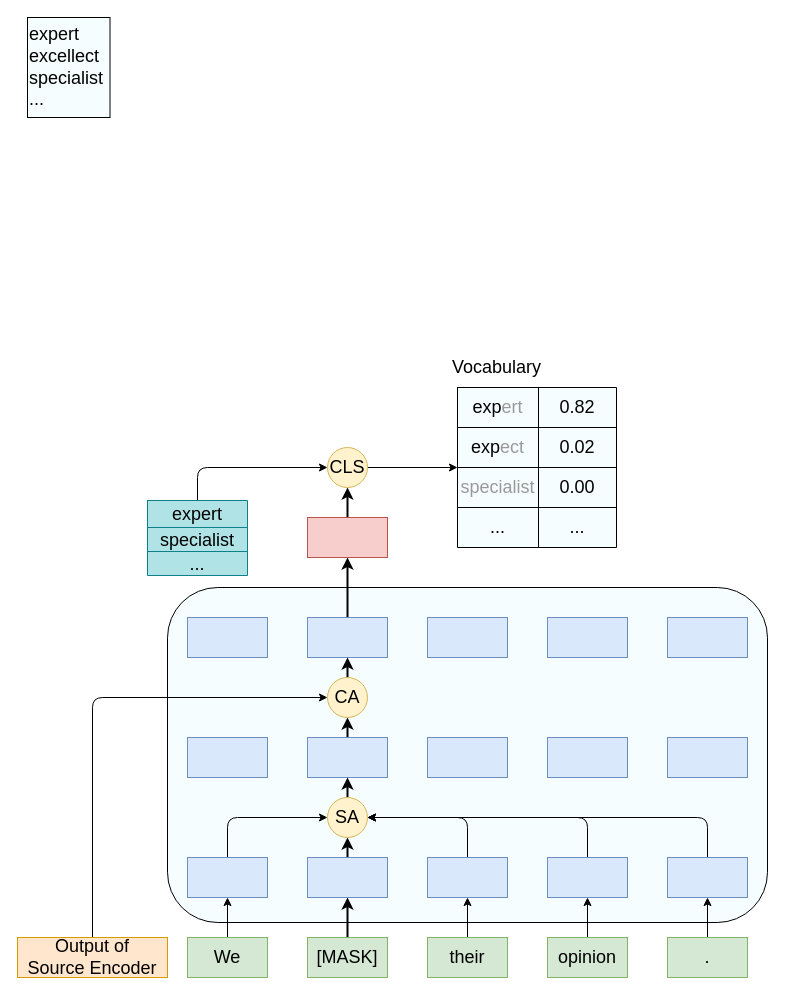
Earlier version of the draw.io diagram 未命名绘图.drawio (yc1999/electra_pytorch). Source tidied: cells renumbered, new cells numbered last; positions are measured from the earlier drawing's top-left corner, leaving out a move shared by most shapes. Both pictures are drawn from the tidied source at 100%, with x=0, y=0 at pixel (17, 17).
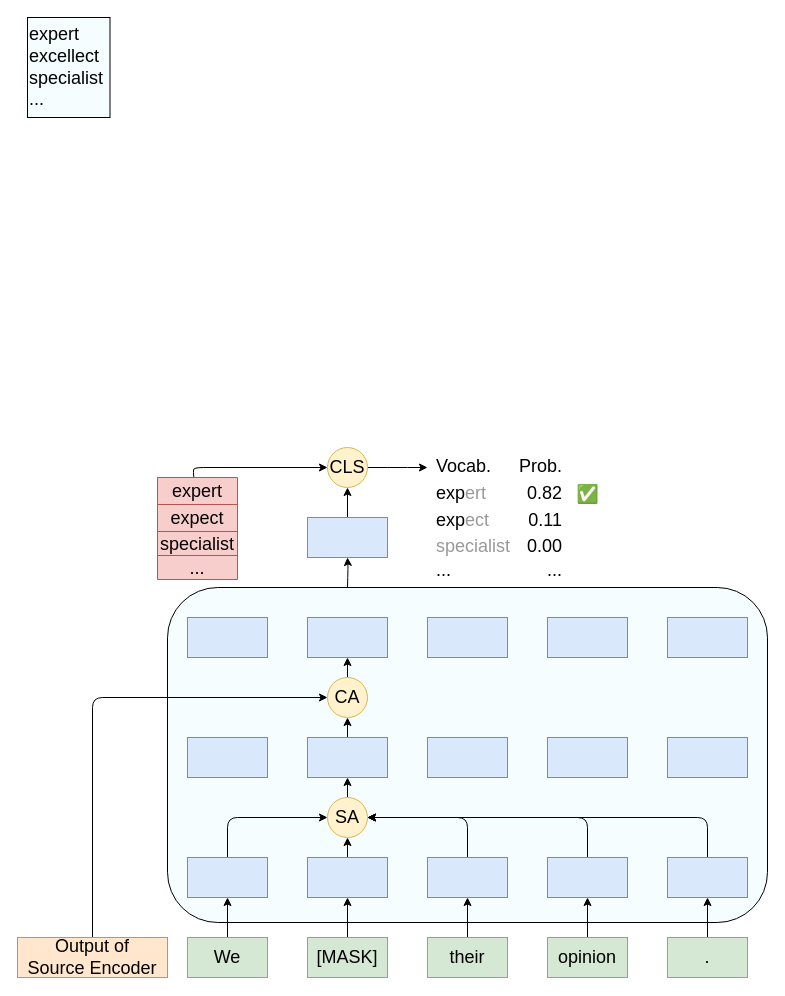
After the change.

Commit message:
更新未命名绘图.drawio

The change refers to these unchanged cells:
```xml
<mxCell id="6" value="&lt;span style=&quot;font-size: 18px;&quot;&gt;[MASK]&lt;/span&gt;" style="rounded=0;whiteSpace=wrap;html=1;fillColor=#d5e8d4;strokeColor=#82b366;" parent="1" vertex="1">
  <mxGeometry x="290" y="920" width="80" height="40" as="geometry" />
</mxCell>
<mxCell id="16" style="rounded=0;whiteSpace=wrap;html=1;fontSize=18;fillColor=#dae8fc;strokeColor=#6c8ebf;" parent="1" vertex="1">
  <mxGeometry x="290" y="840" width="80" height="40" as="geometry" />
</mxCell>
<mxCell id="25" style="rounded=0;whiteSpace=wrap;html=1;fontSize=18;fillColor=#dae8fc;strokeColor=#6c8ebf;" parent="1" vertex="1">
  <mxGeometry x="290" y="720" width="80" height="40" as="geometry" />
</mxCell>
<mxCell id="30" value="SA" style="ellipse;whiteSpace=wrap;html=1;fontSize=18;fillColor=#fff2cc;strokeColor=#d6b656;" parent="1" vertex="1">
  <mxGeometry x="310" y="780" width="40" height="40" as="geometry" />
</mxCell>
<mxCell id="33" style="rounded=0;whiteSpace=wrap;html=1;fontSize=18;fillColor=#dae8fc;strokeColor=#6c8ebf;" parent="1" vertex="1">
  <mxGeometry x="290" y="600" width="80" height="40" as="geometry" />
</mxCell>
<mxCell id="38" value="CA" style="ellipse;whiteSpace=wrap;html=1;fontSize=18;fillColor=#fff2cc;strokeColor=#d6b656;" parent="1" vertex="1">
  <mxGeometry x="310" y="660" width="40" height="40" as="geometry" />
</mxCell>
<mxCell id="52" value="CLS" style="ellipse;whiteSpace=wrap;html=1;fontSize=18;fillColor=#fff2cc;strokeColor=#d6b656;" parent="1" vertex="1">
  <mxGeometry x="310" y="430" width="40" height="40" as="geometry" />
</mxCell>
```

Change to the diagram source:
```diff
@@
-    <mxCell id="2" style="rounded=1;whiteSpace=wrap;html=1;fontSize=18;fillColor=#F5fdFF;strokeColor=#000000;fontColor=#333333;strokeWidth=1;fillStyle=auto;" parent="1" vertex="1">
+    <mxCell id="2" style="rounded=1;whiteSpace=wrap;html=1;fontSize=18;fillColor=#F5FDFF;strokeColor=#000000;fontColor=#333333;strokeWidth=1;fillStyle=auto;" parent="1" vertex="1">
       <mxGeometry x="150" y="570" width="600" height="335" as="geometry" />
     </mxCell>
@@
-    <mxCell id="5" style="edgeStyle=orthogonalEdgeStyle;rounded=1;jettySize=auto;html=1;fontSize=18;strokeWidth=2;" parent="1" edge="1" source="6" target="16">
+    <mxCell id="5" style="edgeStyle=orthogonalEdgeStyle;rounded=1;jettySize=auto;html=1;fontSize=18;strokeWidth=1;" parent="1" edge="1" source="6" target="16">
       <mxGeometry relative="1" as="geometry" />
     </mxCell>
@@
-    <mxCell id="15" style="edgeStyle=orthogonalEdgeStyle;rounded=1;jettySize=auto;html=1;exitX=0.5;exitY=0;exitDx=0;exitDy=0;entryX=0.5;entryY=1;entryDx=0;entryDy=0;fontSize=18;strokeWidth=2;" parent="1" edge="1" source="16" target="30">
+    <mxCell id="15" style="edgeStyle=orthogonalEdgeStyle;rounded=1;jettySize=auto;html=1;exitX=0.5;exitY=0;exitDx=0;exitDy=0;entryX=0.5;entryY=1;entryDx=0;entryDy=0;fontSize=18;strokeWidth=1;" parent="1" edge="1" source="16" target="30">
       <mxGeometry relative="1" as="geometry" />
     </mxCell>
@@
-    <mxCell id="24" style="edgeStyle=orthogonalEdgeStyle;rounded=1;jettySize=auto;html=1;exitX=0.5;exitY=0;exitDx=0;exitDy=0;fontSize=18;strokeWidth=2;" parent="1" edge="1" source="25" target="38">
+    <mxCell id="24" style="edgeStyle=orthogonalEdgeStyle;rounded=1;jettySize=auto;html=1;exitX=0.5;exitY=0;exitDx=0;exitDy=0;fontSize=18;strokeWidth=1;" parent="1" edge="1" source="25" target="38">
       <mxGeometry relative="1" as="geometry" />
     </mxCell>
@@
-    <mxCell id="29" style="edgeStyle=orthogonalEdgeStyle;rounded=1;jettySize=auto;html=1;exitX=0.5;exitY=0;exitDx=0;exitDy=0;entryX=0.5;entryY=1;entryDx=0;entryDy=0;fontSize=18;strokeWidth=2;" parent="1" edge="1" source="30" target="25">
+    <mxCell id="29" style="edgeStyle=orthogonalEdgeStyle;rounded=1;jettySize=auto;html=1;exitX=0.5;exitY=0;exitDx=0;exitDy=0;entryX=0.5;entryY=1;entryDx=0;entryDy=0;fontSize=18;strokeWidth=1;" parent="1" edge="1" source="30" target="25">
       <mxGeometry relative="1" as="geometry" />
     </mxCell>
@@
-    <mxCell id="32" style="edgeStyle=orthogonalEdgeStyle;rounded=1;jettySize=auto;html=1;exitX=0.5;exitY=0;exitDx=0;exitDy=0;fontSize=18;strokeWidth=2;" parent="1" edge="1" source="33" target="42">
-      <mxGeometry relative="1" as="geometry" />
+    <mxCell id="32" style="edgeStyle=orthogonalEdgeStyle;rounded=1;jettySize=auto;html=1;fontSize=18;strokeWidth=1;" parent="1" edge="1" target="42">
+      <mxGeometry relative="1" as="geometry">
+        <mxPoint x="330" y="570" as="sourcePoint" />
+      </mxGeometry>
     </mxCell>
@@
-    <mxCell id="37" style="edgeStyle=orthogonalEdgeStyle;rounded=1;jettySize=auto;html=1;fontSize=18;strokeWidth=2;" parent="1" edge="1" source="38" target="33">
+    <mxCell id="37" style="edgeStyle=orthogonalEdgeStyle;rounded=1;jettySize=auto;html=1;fontSize=18;strokeWidth=1;" parent="1" edge="1" source="38" target="33">
       <mxGeometry relative="1" as="geometry" />
     </mxCell>
@@
-    <mxCell id="41" style="edgeStyle=orthogonalEdgeStyle;rounded=1;jettySize=auto;html=1;exitX=0.5;exitY=0;exitDx=0;exitDy=0;entryX=0.5;entryY=1;entryDx=0;entryDy=0;strokeWidth=2;fontSize=18;" parent="1" edge="1" source="42" target="52">
+    <mxCell id="41" style="edgeStyle=orthogonalEdgeStyle;rounded=1;jettySize=auto;html=1;exitX=0.5;exitY=0;exitDx=0;exitDy=0;entryX=0.5;entryY=1;entryDx=0;entryDy=0;strokeWidth=1;fontSize=18;" parent="1" edge="1" source="42" target="52">
       <mxGeometry relative="1" as="geometry" />
     </mxCell>
-    <mxCell id="42" style="rounded=0;whiteSpace=wrap;html=1;fontSize=18;fillColor=#f8cecc;strokeColor=#b85450;" parent="1" vertex="1">
+    <mxCell id="42" style="rounded=0;whiteSpace=wrap;html=1;fontSize=18;fillColor=#dae8fc;strokeColor=#6c8ebf;" parent="1" vertex="1">
       <mxGeometry x="290" y="500" width="80" height="40" as="geometry" />
     </mxCell>
-    <mxCell id="43" style="edgeStyle=orthogonalEdgeStyle;rounded=1;jettySize=auto;html=1;entryX=0;entryY=0.5;entryDx=0;entryDy=0;strokeWidth=1;fontSize=18;fontColor=#999999;exitX=0.5;exitY=0;exitDx=0;exitDy=0;" parent="1" edge="1" source="44" target="52">
-      <mxGeometry relative="1" as="geometry" />
-    </mxCell>
+    <mxCell id="68" style="edgeStyle=orthogonalEdgeStyle;rounded=1;jettySize=auto;html=1;entryX=0;entryY=0.5;entryDx=0;entryDy=0;strokeWidth=1;fontSize=18;fontColor=#999999;exitX=0.463;exitY=-0.005;exitDx=0;exitDy=0;exitPerimeter=0;" parent="1" edge="1" source="45" target="52">
+      <mxGeometry relative="1" as="geometry">
+        <Array as="points">
+          <mxPoint x="176" y="450" />
+        </Array>
+      </mxGeometry>
+    </mxCell>
-    <mxCell id="44" style="shape=table;startSize=0;childLayout=tableLayout;rounded=0;fillStyle=auto;strokeColor=#0e8088;strokeWidth=1;fontSize=18;fillColor=#b0e3e6;" parent="1" vertex="1">
-      <mxGeometry x="130" y="483" width="100" height="75" as="geometry" />
+    <mxCell id="44" style="shape=table;startSize=0;childLayout=tableLayout;rounded=0;fillStyle=auto;strokeColor=#b85450;strokeWidth=1;fontSize=18;fillColor=#f8cecc;" parent="1" vertex="1">
+      <mxGeometry x="140" y="460" width="80" height="102" as="geometry" />
     </mxCell>
     <mxCell id="45" style="shape=tableRow;horizontal=0;startSize=0;swimlaneHead=0;swimlaneBody=0;top=0;left=0;bottom=0;right=0;fillColor=none;points=[[0,0.5],[1,0.5]];portConstraint=eastwest;rounded=0;fillStyle=auto;strokeColor=#000000;strokeWidth=1;fontSize=18;" parent="44" vertex="1">
-      <mxGeometry width="100" height="27" as="geometry" />
+      <mxGeometry width="80" height="27" as="geometry" />
     </mxCell>
     <mxCell id="46" value="expert" style="shape=partialRectangle;html=1;whiteSpace=wrap;overflow=hidden;fillColor=none;top=0;left=0;bottom=0;right=0;rounded=0;fillStyle=auto;strokeColor=#000000;strokeWidth=1;fontSize=18;" parent="45" vertex="1">
-      <mxGeometry width="100" height="27" as="geometry" />
+      <mxGeometry width="80" height="27" as="geometry" />
     </mxCell>
+    <mxCell id="69" style="shape=tableRow;horizontal=0;startSize=0;swimlaneHead=0;swimlaneBody=0;top=0;left=0;bottom=0;right=0;fillColor=none;rounded=0;fillStyle=auto;strokeColor=#000000;strokeWidth=1;fontSize=18;" parent="44" vertex="1">
+      <mxGeometry y="27" width="80" height="27" as="geometry" />
+    </mxCell>
+    <mxCell id="70" value="expect" style="shape=partialRectangle;html=1;whiteSpace=wrap;overflow=hidden;fillColor=none;top=0;left=0;bottom=0;right=0;rounded=0;fillStyle=auto;strokeColor=#000000;strokeWidth=1;fontSize=18;" parent="69" vertex="1">
+      <mxGeometry width="80" height="27" as="geometry" />
+    </mxCell>
     <mxCell id="47" style="shape=tableRow;horizontal=0;startSize=0;swimlaneHead=0;swimlaneBody=0;top=0;left=0;bottom=0;right=0;fillColor=none;rounded=0;fillStyle=auto;strokeColor=#000000;strokeWidth=1;fontSize=18;" parent="44" vertex="1">
-      <mxGeometry y="27" width="100" height="24" as="geometry" />
+      <mxGeometry y="54" width="80" height="24" as="geometry" />
     </mxCell>
     <mxCell id="48" value="specialist" style="shape=partialRectangle;html=1;whiteSpace=wrap;overflow=hidden;fillColor=none;top=0;left=0;bottom=0;right=0;rounded=0;fillStyle=auto;strokeColor=#000000;strokeWidth=1;fontSize=18;" parent="47" vertex="1">
-      <mxGeometry width="100" height="24" as="geometry" />
+      <mxGeometry width="80" height="24" as="geometry" />
     </mxCell>
     <mxCell id="49" style="shape=tableRow;horizontal=0;startSize=0;swimlaneHead=0;swimlaneBody=0;top=0;left=0;bottom=0;right=0;fillColor=none;rounded=0;fillStyle=auto;strokeColor=#000000;strokeWidth=1;fontSize=18;" parent="44" vertex="1">
-      <mxGeometry y="51" width="100" height="24" as="geometry" />
+      <mxGeometry y="78" width="80" height="24" as="geometry" />
     </mxCell>
     <mxCell id="50" value="..." style="shape=partialRectangle;html=1;whiteSpace=wrap;overflow=hidden;fillColor=none;top=0;left=0;bottom=0;right=0;rounded=0;fillStyle=auto;strokeColor=#000000;strokeWidth=1;fontSize=18;" parent="49" vertex="1">
-      <mxGeometry width="100" height="24" as="geometry" />
+      <mxGeometry width="80" height="24" as="geometry" />
     </mxCell>
-    <mxCell id="51" style="edgeStyle=orthogonalEdgeStyle;rounded=1;jettySize=auto;html=1;entryX=0;entryY=0.5;entryDx=0;entryDy=0;strokeWidth=1;fontSize=18;fontColor=#999999;" parent="1" edge="1" source="52" target="55">
-      <mxGeometry relative="1" as="geometry" />
-    </mxCell>
+    <mxCell id="71" style="edgeStyle=orthogonalEdgeStyle;rounded=1;jettySize=auto;html=1;strokeWidth=1;fontSize=18;fontColor=#999999;" parent="1" edge="1" source="52">
+      <mxGeometry relative="1" as="geometry">
+        <mxPoint x="410" y="450" as="targetPoint" />
+      </mxGeometry>
+    </mxCell>
@@
-    <mxCell id="54" value="Vocabulary" style="text;html=1;align=center;verticalAlign=middle;strokeColor=none;fillColor=none;fontSize=18;rotation=0;" parent="1" vertex="1">
-      <mxGeometry x="424" y="330" width="110" height="40" as="geometry" />
-    </mxCell>
-    <mxCell id="55" style="shape=table;html=1;whiteSpace=wrap;startSize=0;childLayout=tableLayout;rounded=0;fillStyle=auto;strokeColor=#000000;strokeWidth=1;fontSize=18;fillColor=#F5fdFF;" parent="1" vertex="1">
-      <mxGeometry x="440" y="370" width="159" height="160" as="geometry" />
-    </mxCell>
-    <mxCell id="56" style="shape=tableRow;horizontal=0;startSize=0;swimlaneHead=0;swimlaneBody=0;top=0;left=0;bottom=0;right=0;fillColor=none;rounded=0;fillStyle=auto;strokeColor=#000000;strokeWidth=1;fontSize=18;" parent="55" vertex="1">
-      <mxGeometry width="159" height="40" as="geometry" />
-    </mxCell>
+    <mxCell id="72" value="✅" style="text;html=1;align=center;verticalAlign=middle;strokeColor=none;fillColor=none;fontSize=18;fontColor=#999999;" parent="1" vertex="1">
+      <mxGeometry x="550" y="457" width="40" height="40" as="geometry" />
+    </mxCell>
+    <mxCell id="73" style="shape=table;startSize=0;childLayout=tableLayout;rounded=0;fillStyle=auto;strokeWidth=0;fontSize=18;fillColor=#FFFFFF;strokeColor=none;" parent="1" vertex="1">
+      <mxGeometry x="417" y="435" width="130" height="129" as="geometry" />
+    </mxCell>
+    <mxCell id="74" style="shape=tableRow;horizontal=0;startSize=0;swimlaneHead=0;swimlaneBody=0;top=0;left=0;bottom=0;right=0;fillColor=none;rounded=0;fillStyle=auto;strokeColor=#000000;strokeWidth=1;fontSize=18;" parent="73" vertex="1">
+      <mxGeometry width="130" height="27" as="geometry" />
+    </mxCell>
+    <mxCell id="75" value="Vocab." style="shape=partialRectangle;html=1;whiteSpace=wrap;overflow=hidden;fillColor=none;top=0;left=0;bottom=0;right=0;rounded=0;fillStyle=auto;strokeColor=#000000;strokeWidth=1;fontSize=18;align=left;" parent="74" vertex="1">
+      <mxGeometry width="80" height="27" as="geometry" />
+    </mxCell>
+    <mxCell id="76" value="Prob." style="shape=partialRectangle;html=1;whiteSpace=wrap;overflow=hidden;fillColor=none;top=0;left=0;bottom=0;right=0;rounded=0;fillStyle=auto;strokeColor=#000000;strokeWidth=1;fontSize=18;align=right;" parent="74" vertex="1">
+      <mxGeometry x="80" width="50" height="27" as="geometry" />
+    </mxCell>
+    <mxCell id="77" style="shape=tableRow;horizontal=0;startSize=0;swimlaneHead=0;swimlaneBody=0;top=0;left=0;bottom=0;right=0;fillColor=none;rounded=0;fillStyle=auto;strokeColor=#000000;strokeWidth=1;fontSize=18;" parent="73" vertex="1">
+      <mxGeometry y="27" width="130" height="27" as="geometry" />
+    </mxCell>
-    <mxCell id="57" value="exp&lt;font color=&quot;#999999&quot;&gt;ert&lt;/font&gt;" style="shape=partialRectangle;html=1;whiteSpace=wrap;fillColor=none;top=0;left=0;bottom=0;right=0;overflow=hidden;rounded=0;fillStyle=auto;strokeColor=default;strokeWidth=1;fontSize=18;" parent="56" vertex="1">
-      <mxGeometry width="81" height="40" as="geometry" />
+    <mxCell id="57" value="exp&lt;font color=&quot;#999999&quot;&gt;ert&lt;/font&gt;" style="shape=partialRectangle;html=1;whiteSpace=wrap;overflow=hidden;fillColor=none;top=0;left=0;bottom=0;right=0;rounded=0;fillStyle=auto;strokeColor=#000000;strokeWidth=1;fontSize=18;align=left;" parent="77" vertex="1">
+      <mxGeometry width="80" height="27" as="geometry" />
     </mxCell>
-    <mxCell id="58" value="0.82" style="shape=partialRectangle;html=1;whiteSpace=wrap;fillColor=none;top=0;left=0;bottom=0;right=0;overflow=hidden;rounded=0;fillStyle=auto;strokeColor=#000000;strokeWidth=1;fontSize=18;" parent="56" vertex="1">
-      <mxGeometry x="81" width="78" height="40" as="geometry" />
+    <mxCell id="58" value="0.82" style="shape=partialRectangle;html=1;whiteSpace=wrap;overflow=hidden;fillColor=none;top=0;left=0;bottom=0;right=0;rounded=0;fillStyle=auto;strokeColor=#000000;strokeWidth=1;fontSize=18;align=right;" parent="77" vertex="1">
+      <mxGeometry x="80" width="50" height="27" as="geometry" />
     </mxCell>
-    <mxCell id="59" style="shape=tableRow;horizontal=0;startSize=0;swimlaneHead=0;swimlaneBody=0;top=0;left=0;bottom=0;right=0;fillColor=none;rounded=0;fillStyle=auto;strokeColor=#000000;strokeWidth=1;fontSize=18;" parent="55" vertex="1">
-      <mxGeometry y="40" width="159" height="40" as="geometry" />
-    </mxCell>
+    <mxCell id="78" style="shape=tableRow;horizontal=0;startSize=0;swimlaneHead=0;swimlaneBody=0;top=0;left=0;bottom=0;right=0;fillColor=none;rounded=0;fillStyle=auto;strokeColor=#000000;strokeWidth=1;fontSize=18;" parent="73" vertex="1">
+      <mxGeometry y="54" width="130" height="27" as="geometry" />
+    </mxCell>
-    <mxCell id="60" value="exp&lt;font color=&quot;#999999&quot;&gt;ect&lt;/font&gt;" style="shape=partialRectangle;html=1;whiteSpace=wrap;fillColor=none;top=0;left=0;bottom=0;right=0;overflow=hidden;rounded=0;fillStyle=auto;strokeColor=#000000;strokeWidth=1;fontSize=18;" parent="59" vertex="1">
-      <mxGeometry width="81" height="40" as="geometry" />
+    <mxCell id="60" value="exp&lt;font color=&quot;#999999&quot;&gt;ect&lt;/font&gt;" style="shape=partialRectangle;html=1;whiteSpace=wrap;overflow=hidden;fillColor=none;top=0;left=0;bottom=0;right=0;rounded=0;fillStyle=auto;strokeColor=#000000;strokeWidth=1;fontSize=18;align=left;" parent="78" vertex="1">
+      <mxGeometry width="80" height="27" as="geometry" />
     </mxCell>
-    <mxCell id="61" value="0.02" style="shape=partialRectangle;html=1;whiteSpace=wrap;fillColor=none;top=0;left=0;bottom=0;right=0;overflow=hidden;rounded=0;fillStyle=auto;strokeColor=#000000;strokeWidth=1;fontSize=18;" parent="59" vertex="1">
-      <mxGeometry x="81" width="78" height="40" as="geometry" />
-    </mxCell>
-    <mxCell id="62" style="shape=tableRow;horizontal=0;startSize=0;swimlaneHead=0;swimlaneBody=0;top=0;left=0;bottom=0;right=0;fillColor=none;rounded=0;fillStyle=auto;strokeColor=#000000;strokeWidth=1;fontSize=18;" parent="55" vertex="1">
-      <mxGeometry y="80" width="159" height="40" as="geometry" />
-    </mxCell>
+    <mxCell id="79" value="0.11" style="shape=partialRectangle;html=1;whiteSpace=wrap;overflow=hidden;fillColor=none;top=0;left=0;bottom=0;right=0;rounded=0;fillStyle=auto;strokeColor=#000000;strokeWidth=1;fontSize=18;align=right;" parent="78" vertex="1">
+      <mxGeometry x="80" width="50" height="27" as="geometry" />
+    </mxCell>
+    <mxCell id="80" style="shape=tableRow;horizontal=0;startSize=0;swimlaneHead=0;swimlaneBody=0;top=0;left=0;bottom=0;right=0;fillColor=none;rounded=0;fillStyle=auto;strokeColor=#000000;strokeWidth=1;fontSize=18;" parent="73" vertex="1">
+      <mxGeometry y="81" width="130" height="24" as="geometry" />
+    </mxCell>
-    <mxCell id="63" value="&lt;font color=&quot;#999999&quot;&gt;specialist&lt;/font&gt;" style="shape=partialRectangle;html=1;whiteSpace=wrap;fillColor=none;top=0;left=0;bottom=0;right=0;overflow=hidden;rounded=0;fillStyle=auto;strokeColor=#000000;strokeWidth=1;fontSize=18;" parent="62" vertex="1">
-      <mxGeometry width="81" height="40" as="geometry" />
+    <mxCell id="63" value="&lt;font color=&quot;#999999&quot;&gt;specialist&lt;/font&gt;" style="shape=partialRectangle;html=1;whiteSpace=wrap;overflow=hidden;fillColor=none;top=0;left=0;bottom=0;right=0;rounded=0;fillStyle=auto;strokeColor=#000000;strokeWidth=1;fontSize=18;align=left;" parent="80" vertex="1">
+      <mxGeometry width="80" height="24" as="geometry" />
     </mxCell>
-    <mxCell id="64" value="0.00" style="shape=partialRectangle;html=1;whiteSpace=wrap;fillColor=none;top=0;left=0;bottom=0;right=0;overflow=hidden;rounded=0;fillStyle=auto;strokeColor=#000000;strokeWidth=1;fontSize=18;" parent="62" vertex="1">
-      <mxGeometry x="81" width="78" height="40" as="geometry" />
+    <mxCell id="64" value="0.00" style="shape=partialRectangle;html=1;whiteSpace=wrap;overflow=hidden;fillColor=none;top=0;left=0;bottom=0;right=0;rounded=0;fillStyle=auto;strokeColor=#000000;strokeWidth=1;fontSize=18;align=right;" parent="80" vertex="1">
+      <mxGeometry x="80" width="50" height="24" as="geometry" />
     </mxCell>
-    <mxCell id="65" style="shape=tableRow;horizontal=0;startSize=0;swimlaneHead=0;swimlaneBody=0;top=0;left=0;bottom=0;right=0;fillColor=none;rounded=0;fillStyle=auto;strokeColor=#000000;strokeWidth=1;fontSize=18;" parent="55" vertex="1">
-      <mxGeometry y="120" width="159" height="40" as="geometry" />
-    </mxCell>
-    <mxCell id="66" value="..." style="shape=partialRectangle;html=1;whiteSpace=wrap;fillColor=none;top=0;left=0;bottom=0;right=0;overflow=hidden;rounded=0;fillStyle=auto;strokeColor=#000000;strokeWidth=1;fontSize=18;" parent="65" vertex="1">
-      <mxGeometry width="81" height="40" as="geometry" />
-    </mxCell>
-    <mxCell id="67" value="..." style="shape=partialRectangle;html=1;whiteSpace=wrap;fillColor=none;top=0;left=0;bottom=0;right=0;overflow=hidden;rounded=0;fillStyle=auto;strokeColor=#000000;strokeWidth=1;fontSize=18;" parent="65" vertex="1">
-      <mxGeometry x="81" width="78" height="40" as="geometry" />
-    </mxCell>
+    <mxCell id="81" style="shape=tableRow;horizontal=0;startSize=0;swimlaneHead=0;swimlaneBody=0;top=0;left=0;bottom=0;right=0;fillColor=none;rounded=0;fillStyle=auto;strokeColor=#000000;strokeWidth=1;fontSize=18;" parent="73" vertex="1">
+      <mxGeometry y="105" width="130" height="24" as="geometry" />
+    </mxCell>
+    <mxCell id="82" value="..." style="shape=partialRectangle;html=1;whiteSpace=wrap;overflow=hidden;fillColor=none;top=0;left=0;bottom=0;right=0;rounded=0;fillStyle=auto;strokeColor=#000000;strokeWidth=1;fontSize=18;align=left;" parent="81" vertex="1">
+      <mxGeometry width="80" height="24" as="geometry" />
+    </mxCell>
+    <mxCell id="83" value="..." style="shape=partialRectangle;html=1;whiteSpace=wrap;overflow=hidden;fillColor=none;top=0;left=0;bottom=0;right=0;rounded=0;fillStyle=auto;strokeColor=#000000;strokeWidth=1;fontSize=18;align=right;" parent="81" vertex="1">
+      <mxGeometry x="80" width="50" height="24" as="geometry" />
+    </mxCell>
```
